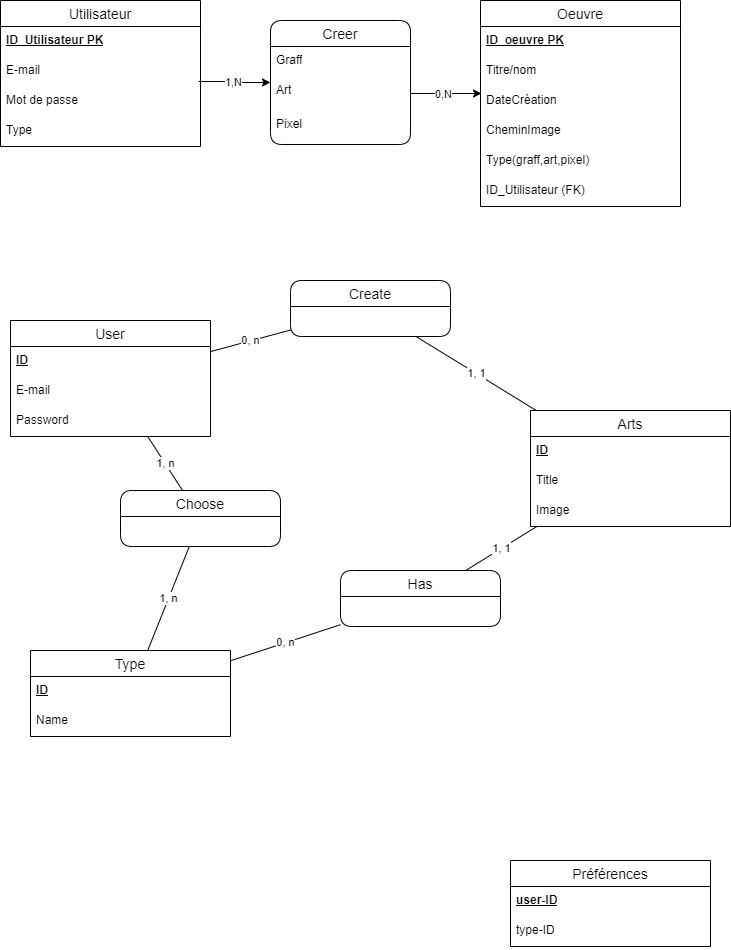
ThibaultFr94/Artsphere-AI keeps this draw.io diagram as backend/MCD/artsphere.drawio.png. Above is the earlier version. Source tidied: cells renumbered, new cells last; positions are measured from the earlier drawing's top-left corner, leaving out a move shared by most shapes.
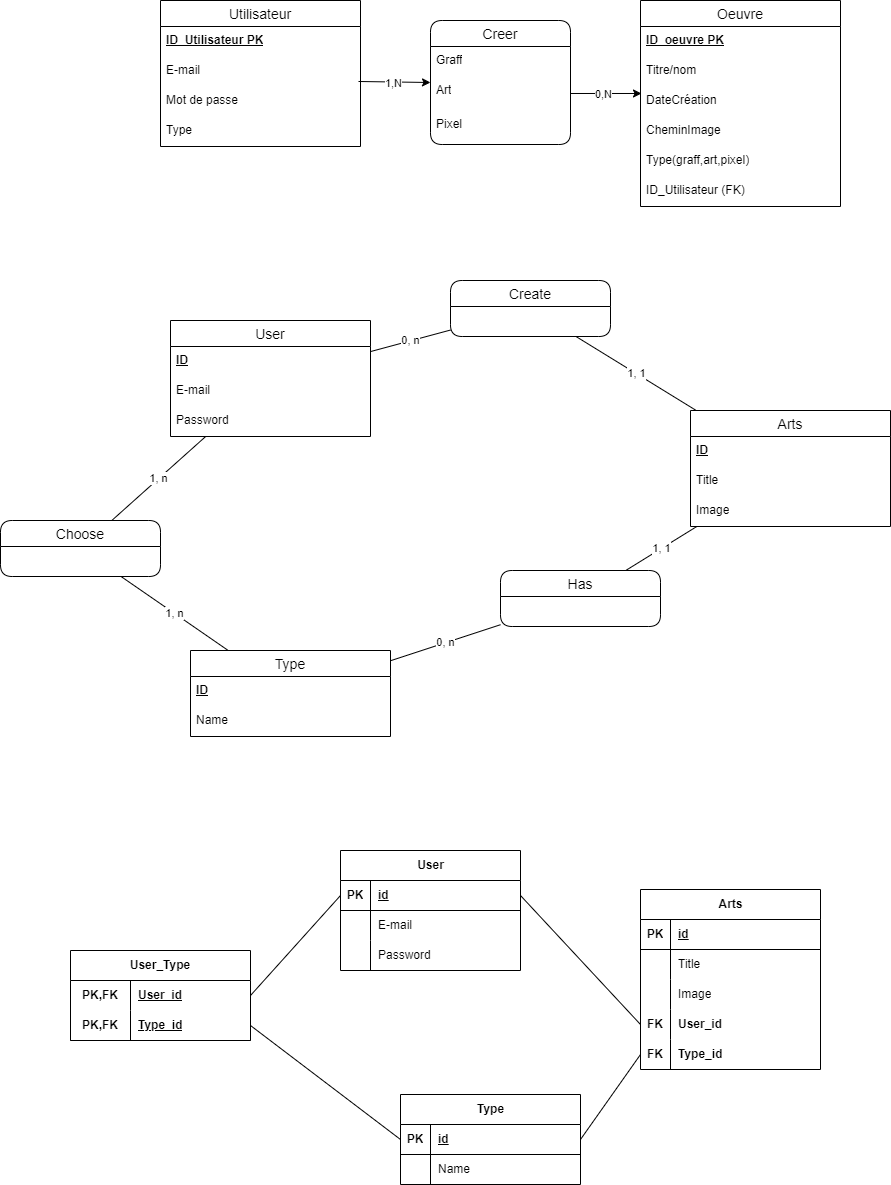
The same file after the commit.

Diff of the diagram source:
```diff
@@ -100,15 +100,6 @@
     <mxCell id="33" value="0, n" style="endArrow=none;html=1;rounded=0;" parent="1" edge="1" source="22" target="37">
       <mxGeometry relative="1" as="geometry" />
     </mxCell>
-    <mxCell id="34" value="Préférences" style="swimlane;fontStyle=0;horizontal=1;startSize=26;align=center;fontSize=14;" parent="1" vertex="1">
-      <mxGeometry x="510" y="860" width="200" height="86" as="geometry" />
-    </mxCell>
-    <mxCell id="35" value="&lt;u style=&quot;border-color: var(--border-color);&quot;&gt;&lt;b style=&quot;border-color: var(--border-color);&quot;&gt;user-ID&lt;/b&gt;&lt;/u&gt;" style="text;strokeColor=none;fillColor=none;spacingLeft=4;spacingRight=4;overflow=hidden;fontSize=12;whiteSpace=wrap;html=1;" parent="34" vertex="1">
-      <mxGeometry y="26" width="200" height="30" as="geometry" />
-    </mxCell>
-    <mxCell id="36" value="type-ID" style="text;strokeColor=none;fillColor=none;spacingLeft=4;spacingRight=4;overflow=hidden;fontSize=12;whiteSpace=wrap;html=1;" parent="34" vertex="1">
-      <mxGeometry y="56" width="200" height="30" as="geometry" />
-    </mxCell>
     <mxCell id="37" value="Create" style="swimlane;fontStyle=0;horizontal=1;startSize=26;align=center;fontSize=14;rounded=1;" parent="1" vertex="1">
       <mxGeometry x="290" y="280" width="160" height="56" as="geometry" />
     </mxCell>
@@ -125,7 +116,7 @@
       <mxGeometry relative="1" as="geometry" />
     </mxCell>
     <mxCell id="42" value="Choose" style="swimlane;fontStyle=0;horizontal=1;startSize=26;align=center;fontSize=14;rounded=1;" parent="1" vertex="1">
-      <mxGeometry x="120" y="490" width="160" height="56" as="geometry" />
+      <mxGeometry x="-160" y="520" width="160" height="56" as="geometry" />
     </mxCell>
     <mxCell id="43" value="1, n" style="endArrow=none;html=1;rounded=0;" parent="1" edge="1" source="42" target="22">
       <mxGeometry relative="1" as="geometry" />
@@ -133,5 +124,137 @@
     <mxCell id="44" value="1, n" style="endArrow=none;html=1;rounded=0;" parent="1" edge="1" source="42" target="30">
       <mxGeometry relative="1" as="geometry" />
     </mxCell>
+    <mxCell id="45" value="User" style="shape=table;startSize=30;rowLines=0;fontStyle=1;align=center;html=1;" parent="1" vertex="1">
+      <mxGeometry x="180" y="850" width="180" height="120" as="geometry" />
+    </mxCell>
+    <mxCell id="46" style="shape=tableRow;horizontal=0;startSize=0;swimlaneHead=0;swimlaneBody=0;fillColor=none;points=[[0,0.5],[1,0.5]];portConstraint=eastwest;top=0;left=0;right=0;bottom=1;" parent="45" vertex="1">
+      <mxGeometry y="30" width="180" height="30" as="geometry" />
+    </mxCell>
+    <mxCell id="47" value="PK" style="shape=partialRectangle;fillColor=none;top=0;left=0;bottom=0;right=0;fontStyle=1;overflow=hidden;whiteSpace=wrap;html=1;" parent="46" vertex="1">
+      <mxGeometry width="30" height="30" as="geometry" />
+    </mxCell>
+    <mxCell id="48" value="id" style="shape=partialRectangle;fillColor=none;top=0;left=0;bottom=0;right=0;align=left;spacingLeft=6;fontStyle=5;overflow=hidden;whiteSpace=wrap;html=1;" parent="46" vertex="1">
+      <mxGeometry x="30" width="150" height="30" as="geometry" />
+    </mxCell>
+    <mxCell id="49" style="shape=tableRow;horizontal=0;startSize=0;swimlaneHead=0;swimlaneBody=0;fillColor=none;top=0;left=0;right=0;bottom=0;" parent="45" vertex="1">
+      <mxGeometry y="60" width="180" height="30" as="geometry" />
+    </mxCell>
+    <mxCell id="50" style="shape=partialRectangle;fillColor=none;top=0;left=0;bottom=0;right=0;overflow=hidden;whiteSpace=wrap;html=1;" parent="49" vertex="1">
+      <mxGeometry width="30" height="30" as="geometry" />
+    </mxCell>
+    <mxCell id="51" value="E-mail" style="shape=partialRectangle;fillColor=none;top=0;left=0;bottom=0;right=0;align=left;spacingLeft=6;overflow=hidden;whiteSpace=wrap;html=1;" parent="49" vertex="1">
+      <mxGeometry x="30" width="150" height="30" as="geometry" />
+    </mxCell>
+    <mxCell id="52" style="shape=tableRow;horizontal=0;startSize=0;swimlaneHead=0;swimlaneBody=0;fillColor=none;top=0;left=0;right=0;bottom=0;" parent="45" vertex="1">
+      <mxGeometry y="90" width="180" height="30" as="geometry" />
+    </mxCell>
+    <mxCell id="53" style="shape=partialRectangle;fillColor=none;top=0;left=0;bottom=0;right=0;overflow=hidden;whiteSpace=wrap;html=1;" parent="52" vertex="1">
+      <mxGeometry width="30" height="30" as="geometry" />
+    </mxCell>
+    <mxCell id="54" value="Password" style="shape=partialRectangle;fillColor=none;top=0;left=0;bottom=0;right=0;align=left;spacingLeft=6;overflow=hidden;whiteSpace=wrap;html=1;" parent="52" vertex="1">
+      <mxGeometry x="30" width="150" height="30" as="geometry" />
+    </mxCell>
+    <mxCell id="55" value="Arts" style="shape=table;startSize=30;rowLines=0;fontStyle=1;align=center;html=1;" parent="1" vertex="1">
+      <mxGeometry x="480" y="889" width="180" height="180" as="geometry" />
+    </mxCell>
+    <mxCell id="56" style="shape=tableRow;horizontal=0;startSize=0;swimlaneHead=0;swimlaneBody=0;fillColor=none;top=0;left=0;right=0;bottom=1;" parent="55" vertex="1">
+      <mxGeometry y="30" width="180" height="30" as="geometry" />
+    </mxCell>
+    <mxCell id="57" value="PK" style="shape=partialRectangle;fillColor=none;top=0;left=0;bottom=0;right=0;fontStyle=1;overflow=hidden;whiteSpace=wrap;html=1;" parent="56" vertex="1">
+      <mxGeometry width="30" height="30" as="geometry" />
+    </mxCell>
+    <mxCell id="58" value="id" style="shape=partialRectangle;fillColor=none;top=0;left=0;bottom=0;right=0;align=left;spacingLeft=6;fontStyle=5;overflow=hidden;whiteSpace=wrap;html=1;" parent="56" vertex="1">
+      <mxGeometry x="30" width="150" height="30" as="geometry" />
+    </mxCell>
+    <mxCell id="59" style="shape=tableRow;horizontal=0;startSize=0;swimlaneHead=0;swimlaneBody=0;fillColor=none;top=0;left=0;right=0;bottom=0;" parent="55" vertex="1">
+      <mxGeometry y="60" width="180" height="30" as="geometry" />
+    </mxCell>
+    <mxCell id="60" style="shape=partialRectangle;fillColor=none;top=0;left=0;bottom=0;right=0;overflow=hidden;whiteSpace=wrap;html=1;" parent="59" vertex="1">
+      <mxGeometry width="30" height="30" as="geometry" />
+    </mxCell>
+    <mxCell id="61" value="Title" style="shape=partialRectangle;fillColor=none;top=0;left=0;bottom=0;right=0;align=left;spacingLeft=6;overflow=hidden;whiteSpace=wrap;html=1;" parent="59" vertex="1">
+      <mxGeometry x="30" width="150" height="30" as="geometry" />
+    </mxCell>
+    <mxCell id="62" style="shape=tableRow;horizontal=0;startSize=0;swimlaneHead=0;swimlaneBody=0;fillColor=none;top=0;left=0;right=0;bottom=0;" parent="55" vertex="1">
+      <mxGeometry y="90" width="180" height="30" as="geometry" />
+    </mxCell>
+    <mxCell id="63" style="shape=partialRectangle;fillColor=none;top=0;left=0;bottom=0;right=0;overflow=hidden;whiteSpace=wrap;html=1;" parent="62" vertex="1">
+      <mxGeometry width="30" height="30" as="geometry" />
+    </mxCell>
+    <mxCell id="64" value="Image" style="shape=partialRectangle;fillColor=none;top=0;left=0;bottom=0;right=0;align=left;spacingLeft=6;overflow=hidden;whiteSpace=wrap;html=1;" parent="62" vertex="1">
+      <mxGeometry x="30" width="150" height="30" as="geometry" />
+    </mxCell>
+    <mxCell id="65" style="shape=tableRow;horizontal=0;startSize=0;swimlaneHead=0;swimlaneBody=0;fillColor=none;points=[[0,0.5],[1,0.5]];portConstraint=eastwest;top=0;left=0;right=0;bottom=0;fontStyle=1;" parent="55" vertex="1">
+      <mxGeometry y="120" width="180" height="30" as="geometry" />
+    </mxCell>
+    <mxCell id="66" value="FK" style="shape=partialRectangle;fillColor=none;top=0;left=0;bottom=0;right=0;overflow=hidden;whiteSpace=wrap;html=1;fontStyle=1;" parent="65" vertex="1">
+      <mxGeometry width="30" height="30" as="geometry" />
+    </mxCell>
+    <mxCell id="67" value="&lt;b&gt;User_id&lt;/b&gt;" style="shape=partialRectangle;fillColor=none;top=0;left=0;bottom=0;right=0;align=left;spacingLeft=6;overflow=hidden;whiteSpace=wrap;html=1;" parent="65" vertex="1">
+      <mxGeometry x="30" width="150" height="30" as="geometry" />
+    </mxCell>
+    <mxCell id="68" style="shape=tableRow;horizontal=0;startSize=0;swimlaneHead=0;swimlaneBody=0;fillColor=none;points=[[0,0.5],[1,0.5]];portConstraint=eastwest;top=0;left=0;right=0;bottom=0;fontStyle=1;" parent="55" vertex="1">
+      <mxGeometry y="150" width="180" height="30" as="geometry" />
+    </mxCell>
+    <mxCell id="69" value="FK" style="shape=partialRectangle;fillColor=none;top=0;left=0;bottom=0;right=0;overflow=hidden;whiteSpace=wrap;html=1;fontStyle=1;" parent="68" vertex="1">
+      <mxGeometry width="30" height="30" as="geometry" />
+    </mxCell>
+    <mxCell id="70" value="&lt;b&gt;Type_id&lt;/b&gt;" style="shape=partialRectangle;fillColor=none;top=0;left=0;bottom=0;right=0;align=left;spacingLeft=6;overflow=hidden;whiteSpace=wrap;html=1;" parent="68" vertex="1">
+      <mxGeometry x="30" width="150" height="30" as="geometry" />
+    </mxCell>
+    <mxCell id="71" value="Type" style="shape=table;startSize=30;rowLines=0;fontStyle=1;align=center;html=1;" parent="1" vertex="1">
+      <mxGeometry x="240" y="1094" width="180" height="90" as="geometry" />
+    </mxCell>
+    <mxCell id="72" style="shape=tableRow;horizontal=0;startSize=0;swimlaneHead=0;swimlaneBody=0;fillColor=none;points=[[0,0.5],[1,0.5]];portConstraint=eastwest;top=0;left=0;right=0;bottom=1;" parent="71" vertex="1">
+      <mxGeometry y="30" width="180" height="30" as="geometry" />
+    </mxCell>
+    <mxCell id="73" value="PK" style="shape=partialRectangle;fillColor=none;top=0;left=0;bottom=0;right=0;fontStyle=1;overflow=hidden;whiteSpace=wrap;html=1;" parent="72" vertex="1">
+      <mxGeometry width="30" height="30" as="geometry" />
+    </mxCell>
+    <mxCell id="74" value="id" style="shape=partialRectangle;fillColor=none;top=0;left=0;bottom=0;right=0;align=left;spacingLeft=6;fontStyle=5;overflow=hidden;whiteSpace=wrap;html=1;" parent="72" vertex="1">
+      <mxGeometry x="30" width="150" height="30" as="geometry" />
+    </mxCell>
+    <mxCell id="75" style="shape=tableRow;horizontal=0;startSize=0;swimlaneHead=0;swimlaneBody=0;fillColor=none;top=0;left=0;right=0;bottom=0;" parent="71" vertex="1">
+      <mxGeometry y="60" width="180" height="30" as="geometry" />
+    </mxCell>
+    <mxCell id="76" style="shape=partialRectangle;fillColor=none;top=0;left=0;bottom=0;right=0;overflow=hidden;whiteSpace=wrap;html=1;" parent="75" vertex="1">
+      <mxGeometry width="30" height="30" as="geometry" />
+    </mxCell>
+    <mxCell id="77" value="Name" style="shape=partialRectangle;fillColor=none;top=0;left=0;bottom=0;right=0;align=left;spacingLeft=6;overflow=hidden;whiteSpace=wrap;html=1;" parent="75" vertex="1">
+      <mxGeometry x="30" width="150" height="30" as="geometry" />
+    </mxCell>
+    <mxCell id="78" style="endArrow=none;html=1;rounded=0;entryX=1;entryY=0.5;entryDx=0;entryDy=0;exitX=0;exitY=0.5;exitDx=0;exitDy=0;" parent="1" edge="1" source="68" target="72">
+      <mxGeometry relative="1" as="geometry" />
+    </mxCell>
+    <mxCell id="79" style="endArrow=none;html=1;rounded=0;entryX=0;entryY=0.5;entryDx=0;entryDy=0;exitX=1;exitY=0.5;exitDx=0;exitDy=0;" parent="1" edge="1" source="46" target="65">
+      <mxGeometry relative="1" as="geometry" />
+    </mxCell>
+    <mxCell id="80" value="User_Type" style="shape=table;startSize=30;rowLines=0;fontStyle=1;align=center;html=1;whiteSpace=wrap;" parent="1" vertex="1">
+      <mxGeometry x="-90" y="950" width="180" height="90" as="geometry" />
+    </mxCell>
+    <mxCell id="81" style="shape=tableRow;horizontal=0;startSize=0;swimlaneHead=0;swimlaneBody=0;fillColor=none;points=[[0,0.5],[1,0.5]];portConstraint=eastwest;top=0;left=0;right=0;bottom=0;html=1;" parent="80" vertex="1">
+      <mxGeometry y="30" width="180" height="30" as="geometry" />
+    </mxCell>
+    <mxCell id="82" value="PK,FK" style="shape=partialRectangle;fillColor=none;top=0;left=0;bottom=0;right=0;fontStyle=1;overflow=hidden;html=1;whiteSpace=wrap;" parent="81" vertex="1">
+      <mxGeometry width="60" height="30" as="geometry" />
+    </mxCell>
+    <mxCell id="83" value="User_id" style="shape=partialRectangle;fillColor=none;top=0;left=0;bottom=0;right=0;align=left;spacingLeft=6;fontStyle=5;overflow=hidden;html=1;whiteSpace=wrap;" parent="81" vertex="1">
+      <mxGeometry x="60" width="120" height="30" as="geometry" />
+    </mxCell>
+    <mxCell id="84" style="shape=tableRow;horizontal=0;startSize=0;swimlaneHead=0;swimlaneBody=0;fillColor=none;points=[[0,0.5],[1,0.5]];portConstraint=eastwest;top=0;left=0;right=0;bottom=1;html=1;" parent="80" vertex="1">
+      <mxGeometry y="60" width="180" height="30" as="geometry" />
+    </mxCell>
+    <mxCell id="85" value="PK,FK" style="shape=partialRectangle;fillColor=none;top=0;left=0;bottom=0;right=0;fontStyle=1;overflow=hidden;html=1;whiteSpace=wrap;" parent="84" vertex="1">
+      <mxGeometry width="60" height="30" as="geometry" />
+    </mxCell>
+    <mxCell id="86" value="Type_id" style="shape=partialRectangle;fillColor=none;top=0;left=0;bottom=0;right=0;align=left;spacingLeft=6;fontStyle=5;overflow=hidden;html=1;whiteSpace=wrap;" parent="84" vertex="1">
+      <mxGeometry x="60" width="120" height="30" as="geometry" />
+    </mxCell>
+    <mxCell id="87" style="endArrow=none;html=1;rounded=0;exitX=1;exitY=0.5;exitDx=0;exitDy=0;entryX=0;entryY=0.5;entryDx=0;entryDy=0;" parent="1" edge="1" source="81" target="46">
+      <mxGeometry relative="1" as="geometry" />
+    </mxCell>
+    <mxCell id="88" style="endArrow=none;html=1;rounded=0;entryX=0;entryY=0.5;entryDx=0;entryDy=0;exitX=1;exitY=0.5;exitDx=0;exitDy=0;" parent="1" edge="1" source="84" target="72">
+      <mxGeometry relative="1" as="geometry" />
+    </mxCell>
   </root>
 </mxGraphModel>
```
